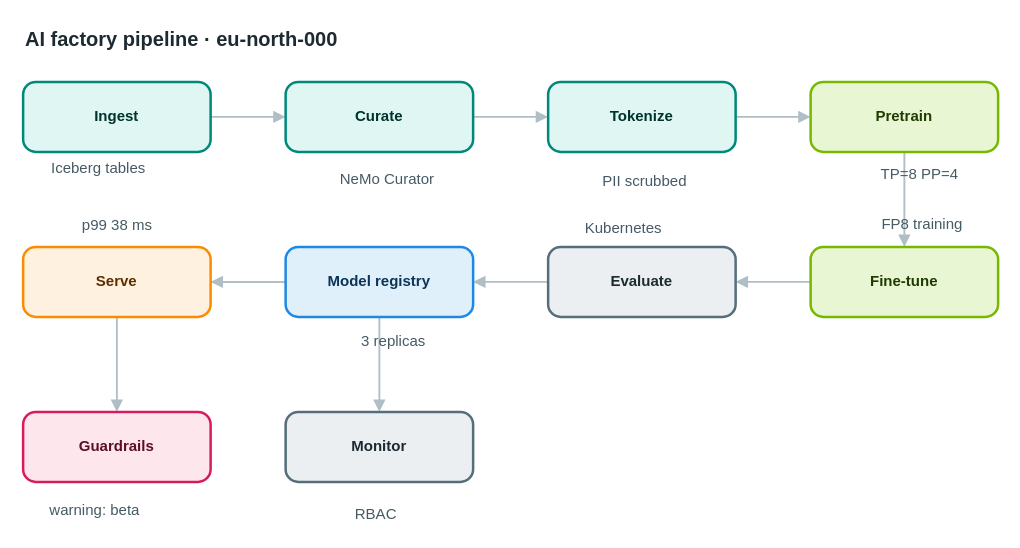
AryanG01/open-apprentice keeps this draw.io diagram as apps/web/public/samples/library/000-ai-factory-pipeline.drawio. Above is the earlier version. Source tidied: cells renumbered, new cells numbered last; positions are measured from the earlier drawing's top-left corner, leaving out a move shared by most shapes. Both pictures are drawn from the tidied source at 125%, with x=0, y=0 at pixel (22, 21).
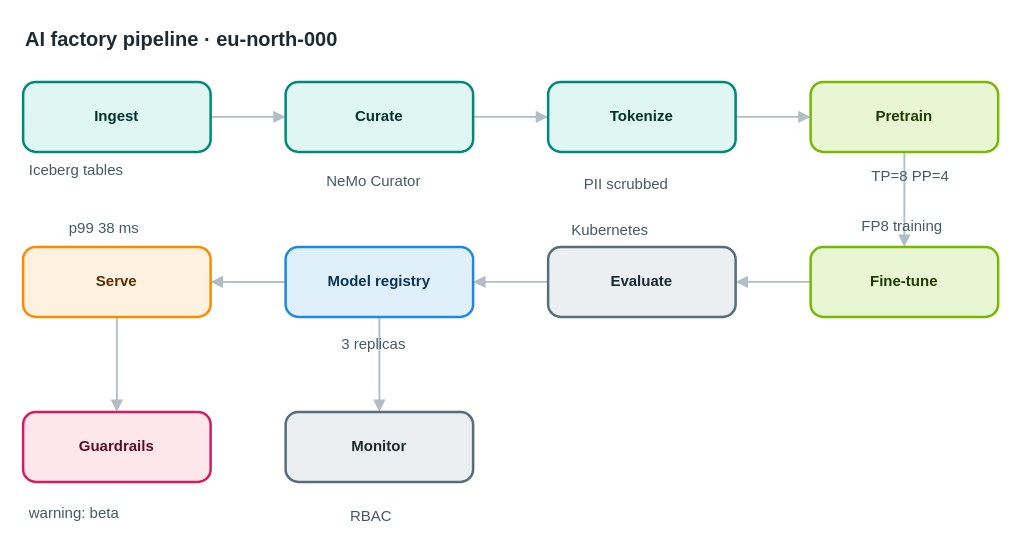
Above is the later version.

Diff of the diagram source:
```diff
@@
-    <mxCell id="22" value="Iceberg tables" style="text;html=1;align=center;verticalAlign=middle;whiteSpace=nowrap;strokeColor=none;fillColor=none;fontSize=12;fontColor=#455a64;" parent="1" vertex="1">
+    <mxCell id="22" value="Iceberg tables" style="text;html=1;align=left;verticalAlign=top;whiteSpace=nowrap;spacing=0;spacingTop=0;strokeColor=none;fillColor=none;fontSize=12;fontColor=#455a64;" parent="1" vertex="1">
       <mxGeometry x="5" y="107" width="110" height="20" as="geometry" />
     </mxCell>
-    <mxCell id="23" value="NeMo Curator" style="text;html=1;align=center;verticalAlign=middle;whiteSpace=nowrap;strokeColor=none;fillColor=none;fontSize=12;fontColor=#455a64;" parent="1" vertex="1">
+    <mxCell id="23" value="NeMo Curator" style="text;html=1;align=left;verticalAlign=top;whiteSpace=nowrap;spacing=0;spacingTop=0;strokeColor=none;fillColor=none;fontSize=12;fontColor=#455a64;" parent="1" vertex="1">
       <mxGeometry x="243" y="116" width="96" height="20" as="geometry" />
     </mxCell>
-    <mxCell id="24" value="PII scrubbed" style="text;html=1;align=center;verticalAlign=middle;whiteSpace=nowrap;strokeColor=none;fillColor=none;fontSize=12;fontColor=#455a64;" parent="1" vertex="1">
+    <mxCell id="24" value="PII scrubbed" style="text;html=1;align=left;verticalAlign=top;whiteSpace=nowrap;spacing=0;spacingTop=0;strokeColor=none;fillColor=none;fontSize=12;fontColor=#455a64;" parent="1" vertex="1">
       <mxGeometry x="449" y="118" width="96" height="20" as="geometry" />
     </mxCell>
-    <mxCell id="25" value="TP=8 PP=4" style="text;html=1;align=center;verticalAlign=middle;whiteSpace=nowrap;strokeColor=none;fillColor=none;fontSize=12;fontColor=#455a64;" parent="1" vertex="1">
+    <mxCell id="25" value="TP=8 PP=4" style="text;html=1;align=left;verticalAlign=top;whiteSpace=nowrap;spacing=0;spacingTop=0;strokeColor=none;fillColor=none;fontSize=12;fontColor=#455a64;" parent="1" vertex="1">
       <mxGeometry x="679" y="112" width="75" height="20" as="geometry" />
     </mxCell>
-    <mxCell id="26" value="FP8 training" style="text;html=1;align=center;verticalAlign=middle;whiteSpace=nowrap;strokeColor=none;fillColor=none;fontSize=12;fontColor=#455a64;" parent="1" vertex="1">
+    <mxCell id="26" value="FP8 training" style="text;html=1;align=left;verticalAlign=top;whiteSpace=nowrap;spacing=0;spacingTop=0;strokeColor=none;fillColor=none;fontSize=12;fontColor=#455a64;" parent="1" vertex="1">
       <mxGeometry x="671" y="152" width="96" height="20" as="geometry" />
     </mxCell>
-    <mxCell id="27" value="Kubernetes" style="text;html=1;align=center;verticalAlign=middle;whiteSpace=nowrap;strokeColor=none;fillColor=none;fontSize=12;fontColor=#455a64;" parent="1" vertex="1">
+    <mxCell id="27" value="Kubernetes" style="text;html=1;align=left;verticalAlign=top;whiteSpace=nowrap;spacing=0;spacingTop=0;strokeColor=none;fillColor=none;fontSize=12;fontColor=#455a64;" parent="1" vertex="1">
       <mxGeometry x="439" y="155" width="82" height="20" as="geometry" />
     </mxCell>
-    <mxCell id="28" value="3 replicas" style="text;html=1;align=center;verticalAlign=middle;whiteSpace=nowrap;strokeColor=none;fillColor=none;fontSize=12;fontColor=#455a64;" parent="1" vertex="1">
+    <mxCell id="28" value="3 replicas" style="text;html=1;align=left;verticalAlign=top;whiteSpace=nowrap;spacing=0;spacingTop=0;strokeColor=none;fillColor=none;fontSize=12;fontColor=#455a64;" parent="1" vertex="1">
       <mxGeometry x="255" y="246" width="82" height="20" as="geometry" />
     </mxCell>
-    <mxCell id="29" value="p99 38 ms" style="text;html=1;align=center;verticalAlign=middle;whiteSpace=nowrap;strokeColor=none;fillColor=none;fontSize=12;fontColor=#455a64;" parent="1" vertex="1">
+    <mxCell id="29" value="p99 38 ms" style="text;html=1;align=left;verticalAlign=top;whiteSpace=nowrap;spacing=0;spacingTop=0;strokeColor=none;fillColor=none;fontSize=12;fontColor=#455a64;" parent="1" vertex="1">
       <mxGeometry x="37" y="153" width="75" height="20" as="geometry" />
     </mxCell>
-    <mxCell id="30" value="warning: beta" style="text;html=1;align=center;verticalAlign=middle;whiteSpace=nowrap;strokeColor=none;fillColor=none;fontSize=12;fontColor=#455a64;" parent="1" vertex="1">
+    <mxCell id="30" value="warning: beta" style="text;html=1;align=left;verticalAlign=top;whiteSpace=nowrap;spacing=0;spacingTop=0;strokeColor=none;fillColor=none;fontSize=12;fontColor=#455a64;" parent="1" vertex="1">
       <mxGeometry x="5" y="381" width="103" height="20" as="geometry" />
     </mxCell>
-    <mxCell id="31" value="RBAC" style="text;html=1;align=center;verticalAlign=middle;whiteSpace=nowrap;strokeColor=none;fillColor=none;fontSize=12;fontColor=#455a64;" parent="1" vertex="1">
+    <mxCell id="31" value="RBAC" style="text;html=1;align=left;verticalAlign=top;whiteSpace=nowrap;spacing=0;spacingTop=0;strokeColor=none;fillColor=none;fontSize=12;fontColor=#455a64;" parent="1" vertex="1">
       <mxGeometry x="262" y="384" width="40" height="20" as="geometry" />
     </mxCell>
```
